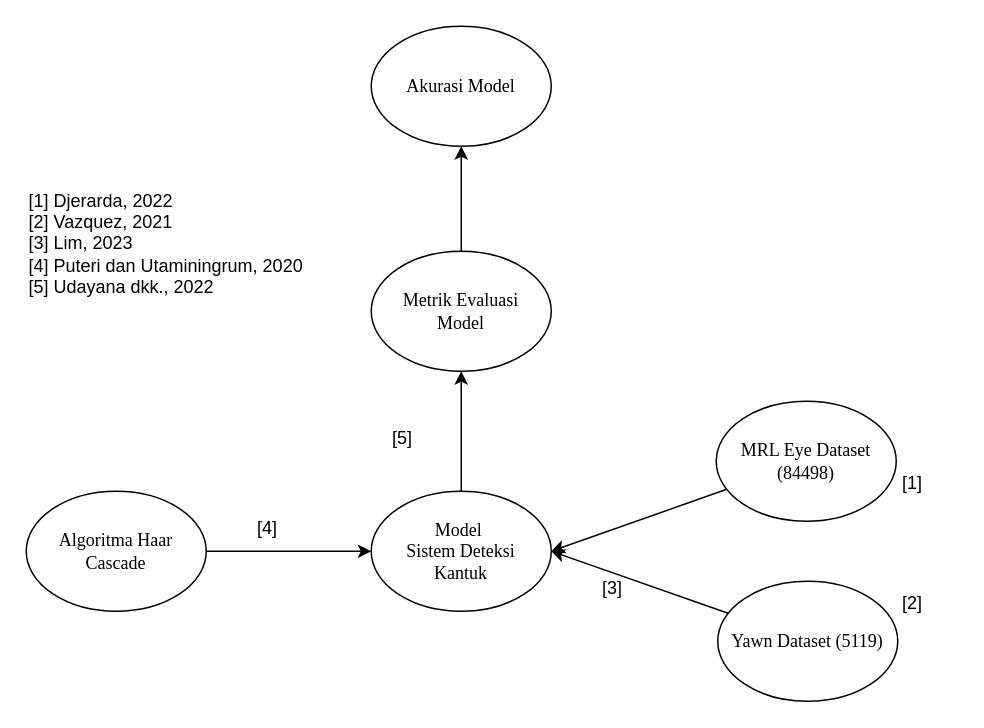
This is Model Referensi.drawio from pakkaem/app.diagrams.net-repo, a draw.io file, before an edit. Source tidied: cells renumbered, new cells numbered last; positions are measured from the earlier drawing's top-left corner, leaving out a move shared by most shapes. Both pictures are drawn from the tidied source at 150%, with x=0, y=0 at pixel (26, 26).
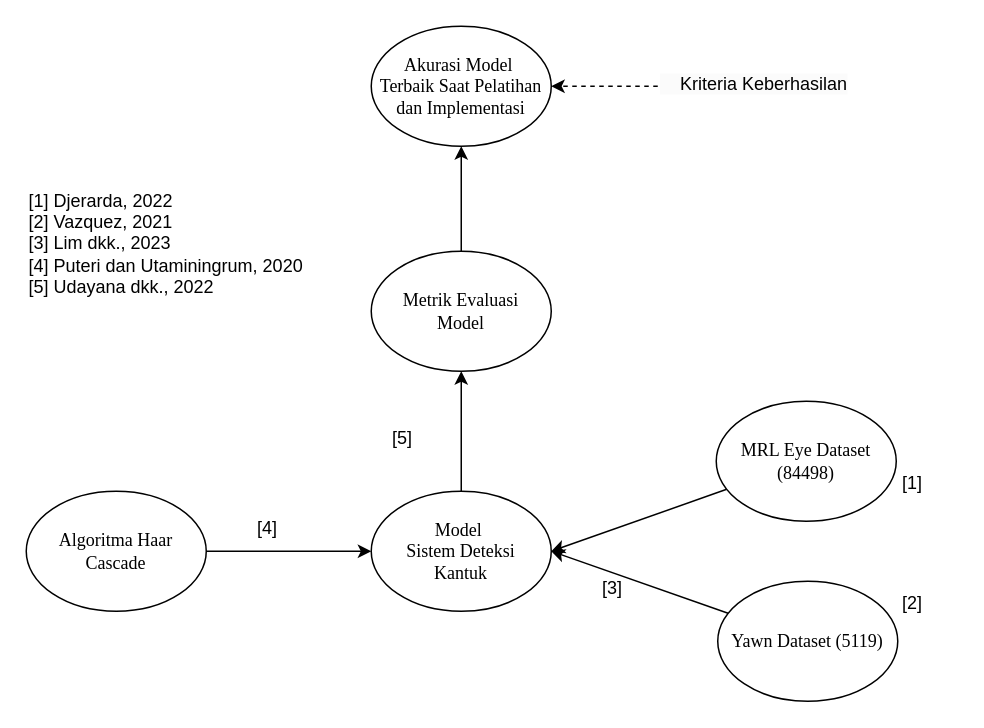
The same page after the edit.

The edit, as a diff of the source:
```diff
@@
-    <mxCell id="10" value="&lt;font face=&quot;Times New Roman&quot;&gt;Akurasi Model&lt;/font&gt;" style="ellipse;whiteSpace=wrap;html=1;" parent="1" vertex="1">
+    <mxCell id="10" value="&lt;font face=&quot;Times New Roman&quot;&gt;Akurasi Model&amp;nbsp;&lt;/font&gt;&lt;div&gt;&lt;font face=&quot;Times New Roman&quot;&gt;Terbaik Saat Pelatihan dan Implementasi&lt;/font&gt;&lt;/div&gt;" style="ellipse;whiteSpace=wrap;html=1;" parent="1" vertex="1">
       <mxGeometry x="230" width="120" height="80" as="geometry" />
     </mxCell>
@@
-    <mxCell id="15" value="&lt;div&gt;[1] Djerarda, 2022&lt;/div&gt;&lt;div&gt;[2] Vazquez, 2021&lt;/div&gt;&lt;div&gt;[3] Lim, 2023&lt;/div&gt;&lt;div&gt;[4] Puteri dan Utaminingrum, 2020&lt;br&gt;[5] Udayana dkk., 2022&lt;/div&gt;" style="text;html=1;align=left;verticalAlign=middle;whiteSpace=wrap;rounded=0;" parent="1" vertex="1">
+    <mxCell id="15" value="&lt;div&gt;[1] Djerarda, 2022&lt;/div&gt;&lt;div&gt;[2] Vazquez, 2021&lt;/div&gt;&lt;div&gt;[3] Lim dkk., 2023&lt;/div&gt;&lt;div&gt;[4] Puteri dan Utaminingrum, 2020&lt;br&gt;[5] Udayana dkk., 2022&lt;/div&gt;" style="text;html=1;align=left;verticalAlign=middle;whiteSpace=wrap;rounded=0;" parent="1" vertex="1">
       <mxGeometry y="110" width="230" height="70" as="geometry" />
     </mxCell>
@@
+    <mxCell id="19" style="edgeStyle=orthogonalEdgeStyle;rounded=0;jettySize=auto;html=1;dashed=1;" parent="1" edge="1" source="20" target="10">
+      <mxGeometry relative="1" as="geometry" />
+    </mxCell>
+    <mxCell id="20" value="&lt;div style=&quot;forced-color-adjust: none; color: rgb(0, 0, 0); font-family: Helvetica; font-size: 12px; font-style: normal; font-variant-ligatures: normal; font-variant-caps: normal; font-weight: 400; letter-spacing: normal; orphans: 2; text-align: left; text-indent: 0px; text-transform: none; widows: 2; word-spacing: 0px; -webkit-text-stroke-width: 0px; white-space: normal; background-color: rgb(251, 251, 251); text-decoration-thickness: initial; text-decoration-style: initial; text-decoration-color: initial;&quot;&gt;&amp;nbsp; &amp;nbsp; Kriteria Keberhasilan&lt;/div&gt;" style="text;whiteSpace=wrap;html=1;" parent="1" vertex="1">
+      <mxGeometry x="421" y="25" width="160" height="30" as="geometry" />
+    </mxCell>
```
